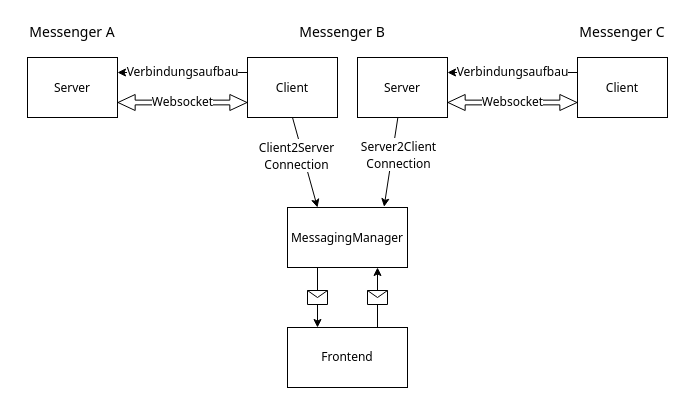
This is diagrams/messaging_messenger.drawio from sshcrack/facharbeit, a draw.io file, before an edit. Source tidied: cells renumbered, new cells numbered last; positions are measured from the earlier drawing's top-left corner, leaving out a move shared by most shapes. Both pictures are drawn from the tidied source at 100%, with x=0, y=0 at pixel (17, 17).
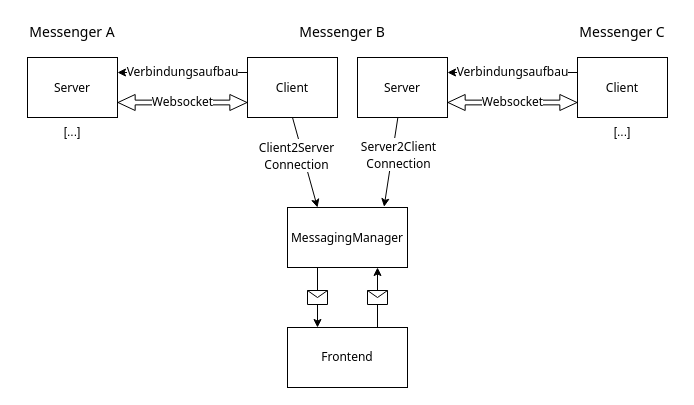
The same diagram, later.

What changed in the source:
```diff
@@
+    <mxCell id="21" value="[...]" style="text;html=1;strokeColor=none;fillColor=none;align=center;verticalAlign=middle;whiteSpace=wrap;rounded=0;" parent="1" vertex="1">
+      <mxGeometry x="25" y="100" width="60" height="30" as="geometry" />
+    </mxCell>
+    <mxCell id="22" value="[...]" style="text;html=1;strokeColor=none;fillColor=none;align=center;verticalAlign=middle;whiteSpace=wrap;rounded=0;" parent="1" vertex="1">
+      <mxGeometry x="575" y="100" width="60" height="30" as="geometry" />
+    </mxCell>
```
